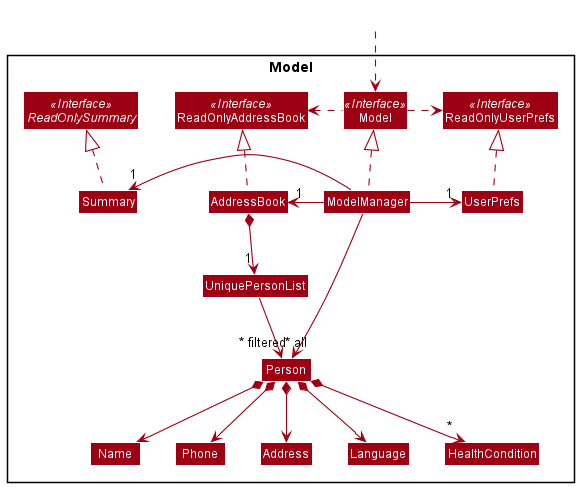
nus-cs2103-AY2122S1/tp keeps this PlantUML diagram as docs/images/ModelClassDiagram.png. Above is the earlier version. Its source is kept beside it as docs/diagrams/ModelClassDiagram.puml.
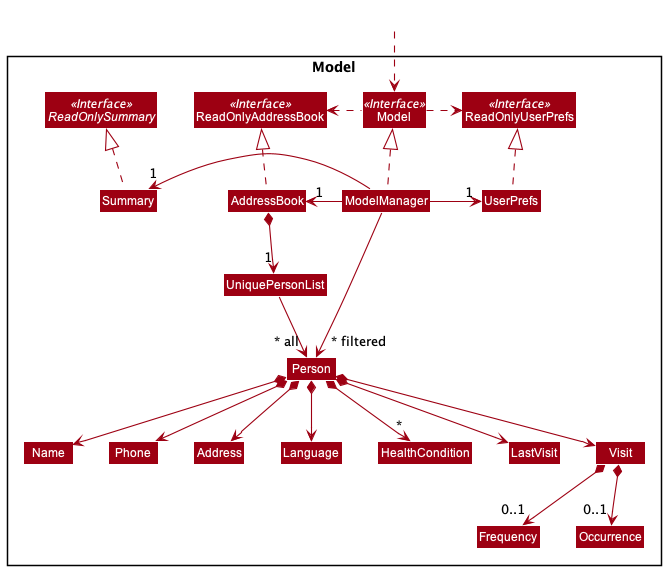
Above is the later version.

Change to the diagram source:
```diff
@@ -25,6 +25,10 @@
 Class Name
 Class Phone
 Class HealthCondition
+Class LastVisit
+Class Visit
+Class Frequency
+Class Occurrence
 
 }
 
@@ -49,6 +53,10 @@
 Person *--> Language
 Person *--> Address
 Person *--> "*" HealthCondition
+Person *--> LastVisit
+Person *--> Visit
+Visit *--> "0..1" Frequency
+Visit *--> "0..1" Occurrence
 
 Name -[hidden]right-> Phone
 Phone -[hidden]right-> Address
```
